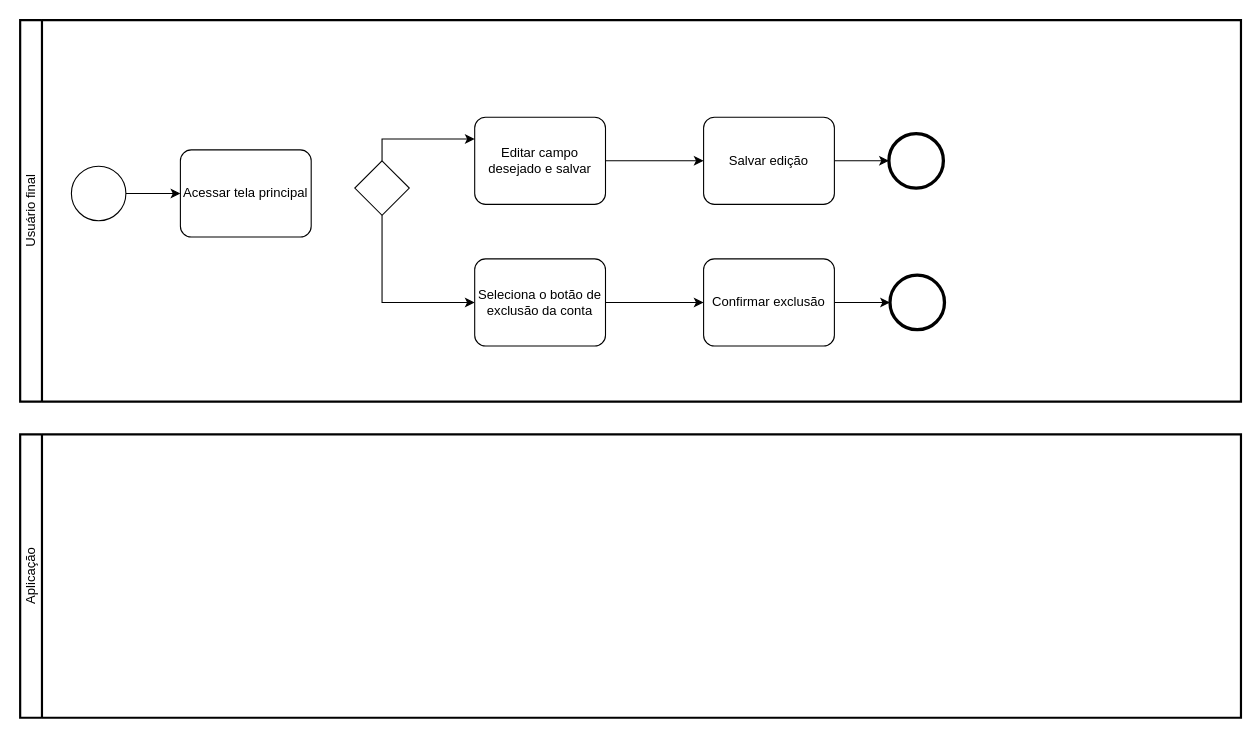
Above: page "Editar/ excluir conta" (4 of 7) of Untitled Diagram.drawio in ICEI-PUC-Minas-PMV-ADS/Pet-s-Car (draw.io), before the change. Source tidied: cells renumbered, new cells numbered last; positions are measured from the earlier drawing's top-left corner, leaving out a move shared by most shapes. Both pictures are drawn from the tidied source at 109%, with x=0, y=0 at pixel (20, 20).
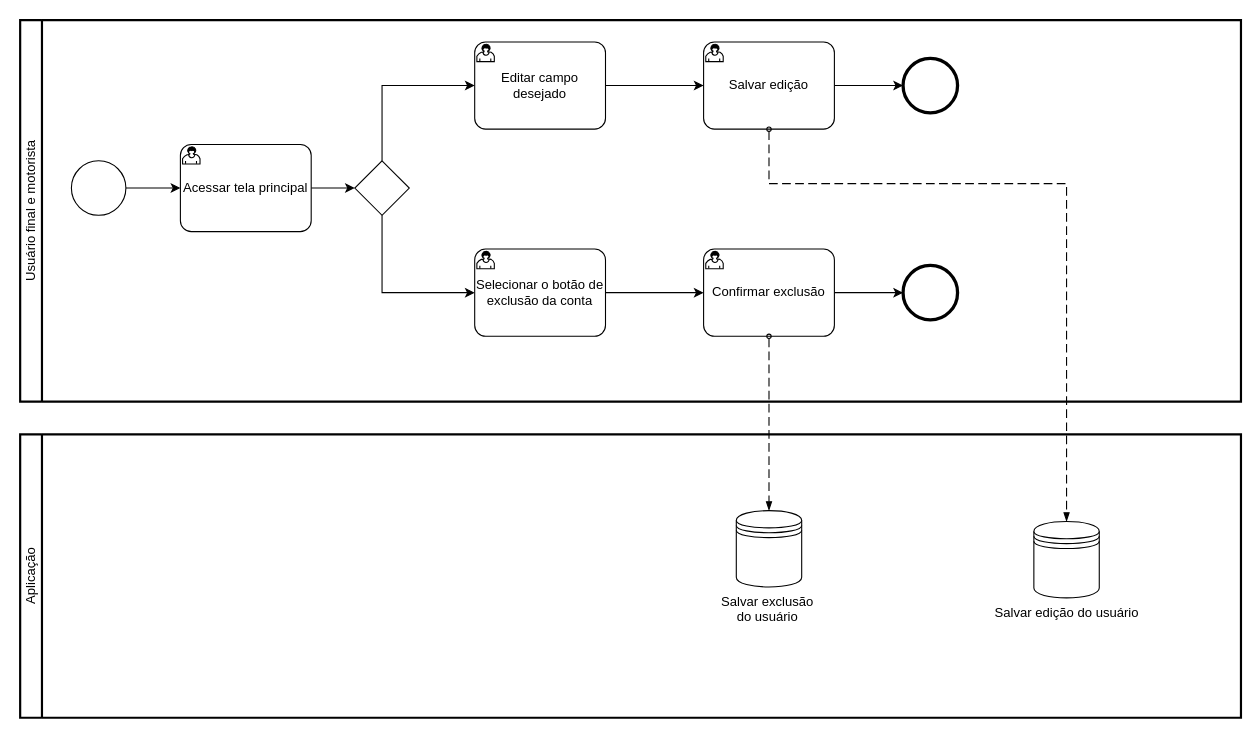
The same page after the edit.

Unchanged cells that the change refers to:
```xml
<mxCell id="10" style="points=[[0.25,0.25,0],[0.5,0,0],[0.75,0.25,0],[1,0.5,0],[0.75,0.75,0],[0.5,1,0],[0.25,0.75,0],[0,0.5,0]];shape=mxgraph.bpmn.gateway2;html=1;verticalLabelPosition=bottom;labelBackgroundColor=#ffffff;verticalAlign=top;align=center;perimeter=rhombusPerimeter;outlineConnect=0;outline=none;symbol=none;" parent="2" vertex="1">
  <mxGeometry x="307" y="129" width="50" height="50" as="geometry" />
</mxCell>
<mxCell id="19" value="Aplicação" style="swimlane;html=1;startSize=20;fontStyle=0;horizontal=0;swimlaneLine=1;swimlaneFillColor=#ffffff;strokeWidth=2;whiteSpace=wrap;" parent="1" vertex="1">
  <mxGeometry y="380" width="1120" height="260" as="geometry" />
</mxCell>
```

The edit, as a diff of the source:
```diff
@@
-    <mxCell id="2" value="Usuário final" style="swimlane;html=1;startSize=20;fontStyle=0;horizontal=0;swimlaneLine=1;swimlaneFillColor=#ffffff;strokeWidth=2;whiteSpace=wrap;" parent="1" vertex="1">
+    <mxCell id="2" value="Usuário final e motorista" style="swimlane;html=1;startSize=20;fontStyle=0;horizontal=0;swimlaneLine=1;swimlaneFillColor=#ffffff;strokeWidth=2;whiteSpace=wrap;" parent="1" vertex="1">
       <mxGeometry width="1120" height="350" as="geometry" />
     </mxCell>
@@
     <mxCell id="4" style="points=[[0.145,0.145,0],[0.5,0,0],[0.855,0.145,0],[1,0.5,0],[0.855,0.855,0],[0.5,1,0],[0.145,0.855,0],[0,0.5,0]];shape=mxgraph.bpmn.event;html=1;verticalLabelPosition=bottom;labelBackgroundColor=#ffffff;verticalAlign=top;align=center;perimeter=ellipsePerimeter;outlineConnect=0;outline=standard;symbol=general;" parent="2" vertex="1">
-      <mxGeometry x="47" y="134" width="50" height="50" as="geometry" />
+      <mxGeometry x="47" y="129" width="50" height="50" as="geometry" />
     </mxCell>
+    <mxCell id="20" style="edgeStyle=orthogonalEdgeStyle;rounded=0;jettySize=auto;html=1;exitX=1;exitY=0.5;exitDx=0;exitDy=0;exitPerimeter=0;entryX=0;entryY=0.5;entryDx=0;entryDy=0;entryPerimeter=0;" parent="2" edge="1" source="5" target="10">
+      <mxGeometry relative="1" as="geometry" />
+    </mxCell>
-    <mxCell id="5" value="Acessar tela principal" style="points=[[0.25,0,0],[0.5,0,0],[0.75,0,0],[1,0.25,0],[1,0.5,0],[1,0.75,0],[0.75,1,0],[0.5,1,0],[0.25,1,0],[0,0.75,0],[0,0.5,0],[0,0.25,0]];shape=mxgraph.bpmn.task;whiteSpace=wrap;rectStyle=rounded;size=10;html=1;taskMarker=abstract;" parent="2" vertex="1">
-      <mxGeometry x="147" y="119" width="120" height="80" as="geometry" />
+    <mxCell id="5" value="Acessar tela principal" style="points=[[0.25,0,0],[0.5,0,0],[0.75,0,0],[1,0.25,0],[1,0.5,0],[1,0.75,0],[0.75,1,0],[0.5,1,0],[0.25,1,0],[0,0.75,0],[0,0.5,0],[0,0.25,0]];shape=mxgraph.bpmn.task;whiteSpace=wrap;rectStyle=rounded;size=10;html=1;taskMarker=user;" parent="2" vertex="1">
+      <mxGeometry x="147" y="114" width="120" height="80" as="geometry" />
     </mxCell>
@@
-    <mxCell id="7" value="Editar campo desejado e salvar" style="points=[[0.25,0,0],[0.5,0,0],[0.75,0,0],[1,0.25,0],[1,0.5,0],[1,0.75,0],[0.75,1,0],[0.5,1,0],[0.25,1,0],[0,0.75,0],[0,0.5,0],[0,0.25,0]];shape=mxgraph.bpmn.task;whiteSpace=wrap;rectStyle=rounded;size=10;html=1;taskMarker=abstract;" parent="2" vertex="1">
-      <mxGeometry x="417" y="89" width="120" height="80" as="geometry" />
+    <mxCell id="7" value="Editar campo desejado" style="points=[[0.25,0,0],[0.5,0,0],[0.75,0,0],[1,0.25,0],[1,0.5,0],[1,0.75,0],[0.75,1,0],[0.5,1,0],[0.25,1,0],[0,0.75,0],[0,0.5,0],[0,0.25,0]];shape=mxgraph.bpmn.task;whiteSpace=wrap;rectStyle=rounded;size=10;html=1;taskMarker=user;" parent="2" vertex="1">
+      <mxGeometry x="417" y="20" width="120" height="80" as="geometry" />
     </mxCell>
-    <mxCell id="8" style="edgeStyle=orthogonalEdgeStyle;rounded=0;jettySize=auto;html=1;exitX=0.5;exitY=0;exitDx=0;exitDy=0;exitPerimeter=0;entryX=0;entryY=0.25;entryDx=0;entryDy=0;entryPerimeter=0;" parent="2" edge="1" source="10" target="7">
+    <mxCell id="8" style="edgeStyle=orthogonalEdgeStyle;rounded=0;jettySize=auto;html=1;exitX=0.5;exitY=0;exitDx=0;exitDy=0;exitPerimeter=0;entryX=0;entryY=0.5;entryDx=0;entryDy=0;entryPerimeter=0;" parent="2" edge="1" source="10" target="7">
       <mxGeometry relative="1" as="geometry" />
     </mxCell>
@@
-    <mxCell id="12" value="Seleciona o botão de exclusão da conta" style="points=[[0.25,0,0],[0.5,0,0],[0.75,0,0],[1,0.25,0],[1,0.5,0],[1,0.75,0],[0.75,1,0],[0.5,1,0],[0.25,1,0],[0,0.75,0],[0,0.5,0],[0,0.25,0]];shape=mxgraph.bpmn.task;whiteSpace=wrap;rectStyle=rounded;size=10;html=1;taskMarker=abstract;" parent="2" vertex="1">
-      <mxGeometry x="417" y="219" width="120" height="80" as="geometry" />
+    <mxCell id="12" value="Selecionar o botão de exclusão da conta" style="points=[[0.25,0,0],[0.5,0,0],[0.75,0,0],[1,0.25,0],[1,0.5,0],[1,0.75,0],[0.75,1,0],[0.5,1,0],[0.25,1,0],[0,0.75,0],[0,0.5,0],[0,0.25,0]];shape=mxgraph.bpmn.task;whiteSpace=wrap;rectStyle=rounded;size=10;html=1;taskMarker=user;" parent="2" vertex="1">
+      <mxGeometry x="417" y="210" width="120" height="80" as="geometry" />
     </mxCell>
@@
-    <mxCell id="14" value="Salvar edição" style="points=[[0.25,0,0],[0.5,0,0],[0.75,0,0],[1,0.25,0],[1,0.5,0],[1,0.75,0],[0.75,1,0],[0.5,1,0],[0.25,1,0],[0,0.75,0],[0,0.5,0],[0,0.25,0]];shape=mxgraph.bpmn.task;whiteSpace=wrap;rectStyle=rounded;size=10;html=1;taskMarker=abstract;" parent="2" vertex="1">
-      <mxGeometry x="627" y="89" width="120" height="80" as="geometry" />
+    <mxCell id="14" value="Salvar edição" style="points=[[0.25,0,0],[0.5,0,0],[0.75,0,0],[1,0.25,0],[1,0.5,0],[1,0.75,0],[0.75,1,0],[0.5,1,0],[0.25,1,0],[0,0.75,0],[0,0.5,0],[0,0.25,0]];shape=mxgraph.bpmn.task;whiteSpace=wrap;rectStyle=rounded;size=10;html=1;taskMarker=user;" parent="2" vertex="1">
+      <mxGeometry x="627" y="20" width="120" height="80" as="geometry" />
     </mxCell>
@@
-    <mxCell id="16" value="Confirmar exclusão" style="points=[[0.25,0,0],[0.5,0,0],[0.75,0,0],[1,0.25,0],[1,0.5,0],[1,0.75,0],[0.75,1,0],[0.5,1,0],[0.25,1,0],[0,0.75,0],[0,0.5,0],[0,0.25,0]];shape=mxgraph.bpmn.task;whiteSpace=wrap;rectStyle=rounded;size=10;html=1;taskMarker=abstract;" parent="2" vertex="1">
-      <mxGeometry x="627" y="219" width="120" height="80" as="geometry" />
+    <mxCell id="16" value="Confirmar exclusão" style="points=[[0.25,0,0],[0.5,0,0],[0.75,0,0],[1,0.25,0],[1,0.5,0],[1,0.75,0],[0.75,1,0],[0.5,1,0],[0.25,1,0],[0,0.75,0],[0,0.5,0],[0,0.25,0]];shape=mxgraph.bpmn.task;whiteSpace=wrap;rectStyle=rounded;size=10;html=1;taskMarker=user;" parent="2" vertex="1">
+      <mxGeometry x="627" y="210" width="120" height="80" as="geometry" />
     </mxCell>
     <mxCell id="17" style="points=[[0.145,0.145,0],[0.5,0,0],[0.855,0.145,0],[1,0.5,0],[0.855,0.855,0],[0.5,1,0],[0.145,0.855,0],[0,0.5,0]];shape=mxgraph.bpmn.event;html=1;verticalLabelPosition=bottom;labelBackgroundColor=#ffffff;verticalAlign=top;align=center;perimeter=ellipsePerimeter;outlineConnect=0;outline=end;symbol=terminate2;" parent="2" vertex="1">
-      <mxGeometry x="797" y="104" width="50" height="50" as="geometry" />
+      <mxGeometry x="810" y="35" width="50" height="50" as="geometry" />
     </mxCell>
     <mxCell id="18" style="points=[[0.145,0.145,0],[0.5,0,0],[0.855,0.145,0],[1,0.5,0],[0.855,0.855,0],[0.5,1,0],[0.145,0.855,0],[0,0.5,0]];shape=mxgraph.bpmn.event;html=1;verticalLabelPosition=bottom;labelBackgroundColor=#ffffff;verticalAlign=top;align=center;perimeter=ellipsePerimeter;outlineConnect=0;outline=end;symbol=terminate2;" parent="2" vertex="1">
-      <mxGeometry x="798" y="234" width="50" height="50" as="geometry" />
+      <mxGeometry x="810" y="225" width="50" height="50" as="geometry" />
     </mxCell>
@@
+    <mxCell id="21" value="Salvar exclusão&amp;nbsp;&lt;br&gt;do usuário&amp;nbsp;" style="shape=datastore;html=1;labelPosition=center;verticalLabelPosition=bottom;align=center;verticalAlign=top;" parent="19" vertex="1">
+      <mxGeometry x="657" y="70" width="60" height="70" as="geometry" />
+    </mxCell>
+    <mxCell id="22" value="Salvar edição do usuário" style="shape=datastore;html=1;labelPosition=center;verticalLabelPosition=bottom;align=center;verticalAlign=top;" parent="19" vertex="1">
+      <mxGeometry x="930" y="80" width="60" height="70" as="geometry" />
+    </mxCell>
+    <mxCell id="23" style="dashed=1;dashPattern=8 4;endArrow=blockThin;endFill=1;startArrow=oval;startFill=0;endSize=6;startSize=4;html=1;rounded=0;exitX=0.5;exitY=1;exitDx=0;exitDy=0;exitPerimeter=0;entryX=0.5;entryY=0;entryDx=0;entryDy=0;" parent="1" edge="1" source="16" target="21">
+      <mxGeometry relative="1" as="geometry" />
+    </mxCell>
+    <mxCell id="24" style="dashed=1;dashPattern=8 4;endArrow=blockThin;endFill=1;startArrow=oval;startFill=0;endSize=6;startSize=4;html=1;rounded=0;exitX=0.5;exitY=1;exitDx=0;exitDy=0;exitPerimeter=0;entryX=0.5;entryY=0;entryDx=0;entryDy=0;" parent="1" edge="1" source="14" target="22">
+      <mxGeometry relative="1" as="geometry">
+        <Array as="points">
+          <mxPoint x="687" y="150" />
+          <mxPoint x="960" y="150" />
+        </Array>
+      </mxGeometry>
+    </mxCell>
```
